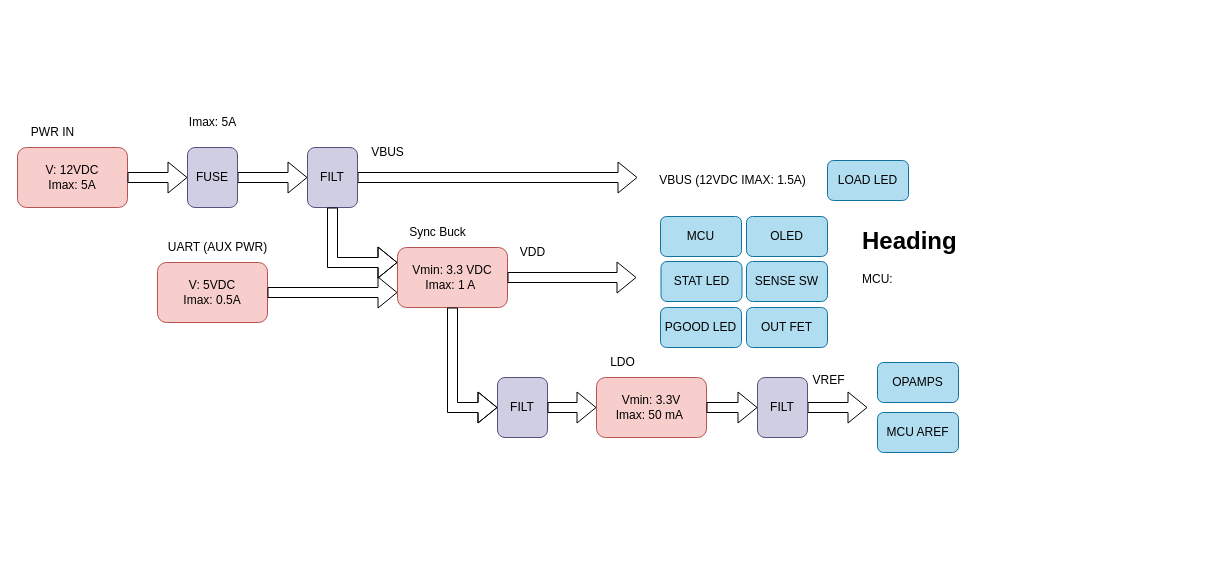
The draw.io diagram docs/ddd/power.drawio in cSDes1gn/ucl, before the edit. Source tidied: cells renumbered, new cells numbered last; positions are measured from the earlier drawing's top-left corner, leaving out a move shared by most shapes. Both pictures are drawn from the tidied source at 100%, with x=0, y=0 at pixel (17, 107).
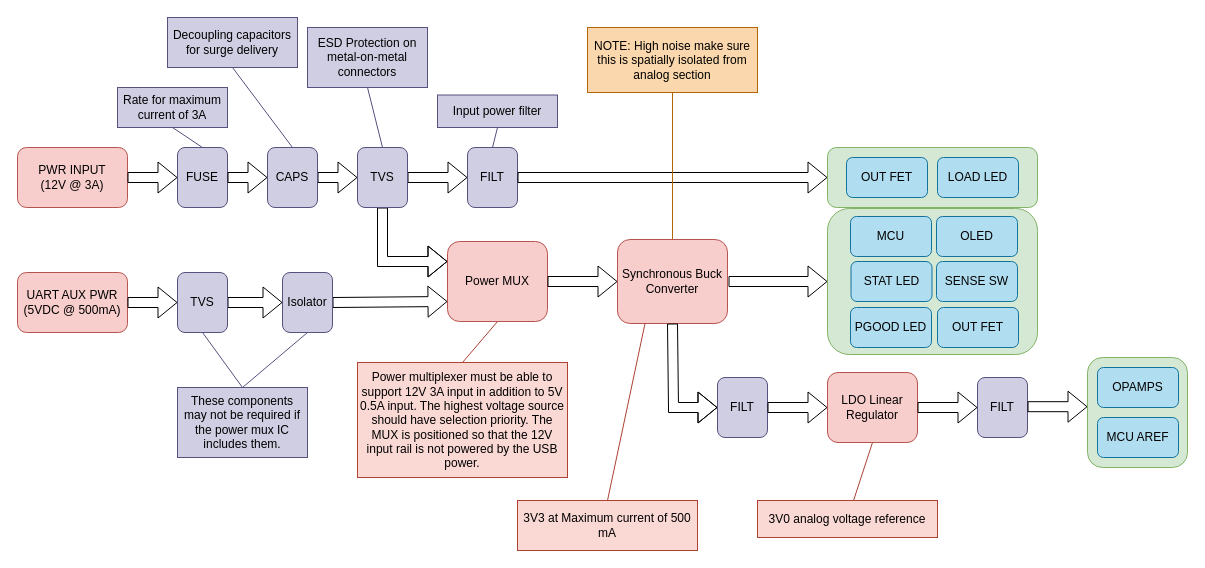
The same diagram, later.

Change to the diagram source:
```diff
@@
+    <mxCell id="39" style="rounded=1;whiteSpace=wrap;html=1;fillColor=#d5e8d4;strokeColor=#82b366;" parent="1" vertex="1">
+      <mxGeometry x="1070" y="250" width="100" height="110" as="geometry" />
+    </mxCell>
+    <mxCell id="40" style="rounded=1;whiteSpace=wrap;html=1;fillColor=#d5e8d4;strokeColor=#82b366;" parent="1" vertex="1">
+      <mxGeometry x="810" y="101" width="210" height="146" as="geometry" />
+    </mxCell>
+    <mxCell id="41" style="rounded=1;whiteSpace=wrap;html=1;fillColor=#d5e8d4;strokeColor=#82b366;" parent="1" vertex="1">
+      <mxGeometry x="810" y="40" width="210" height="60" as="geometry" />
+    </mxCell>
-    <mxCell id="2" value="V: 12VDC&lt;br&gt;Imax: 5A" style="rounded=1;whiteSpace=wrap;html=1;fillColor=#f8cecc;strokeColor=#b85450;" parent="1" vertex="1">
+    <mxCell id="2" value="PWR INPUT&lt;br&gt;(12V @&amp;nbsp;3A)" style="rounded=1;whiteSpace=wrap;html=1;fillColor=#f8cecc;strokeColor=#b85450;" parent="1" vertex="1">
       <mxGeometry y="40" width="110" height="60" as="geometry" />
     </mxCell>
-    <mxCell id="3" value="Vmin: 3.3 VDC&lt;br&gt;Imax: 1 A&amp;nbsp;" style="rounded=1;whiteSpace=wrap;html=1;fillColor=#f8cecc;strokeColor=#b85450;" parent="1" vertex="1">
-      <mxGeometry x="380" y="140" width="110" height="60" as="geometry" />
-    </mxCell>
-    <mxCell id="4" value="Vmin: 3.3V&lt;br&gt;Imax: 50 mA&amp;nbsp;" style="rounded=1;whiteSpace=wrap;html=1;fillColor=#f8cecc;strokeColor=#b85450;" parent="1" vertex="1">
-      <mxGeometry x="579" y="270" width="110" height="60" as="geometry" />
-    </mxCell>
-    <mxCell id="5" style="shape=flexArrow;endArrow=classic;html=1;rounded=0;exitX=1;exitY=0.5;exitDx=0;exitDy=0;" parent="1" edge="1" source="9" target="12">
+    <mxCell id="5" style="shape=flexArrow;endArrow=classic;html=1;rounded=0;exitX=1;exitY=0.5;exitDx=0;exitDy=0;" parent="1" edge="1" source="50" target="12">
       <mxGeometry relative="1" as="geometry" />
     </mxCell>
-    <mxCell id="6" style="shape=flexArrow;endArrow=classic;html=1;rounded=0;exitX=1;exitY=0.5;exitDx=0;exitDy=0;" parent="1" edge="1" source="12">
-      <mxGeometry relative="1" as="geometry">
-        <mxPoint x="620" y="70" as="targetPoint" />
-      </mxGeometry>
-    </mxCell>
-    <mxCell id="7" value="VBUS (12VDC IMAX: 1.5A)" style="text;html=1;align=center;verticalAlign=middle;strokeColor=none;fillColor=none;" parent="1" vertex="1">
-      <mxGeometry x="630" y="58" width="170" height="30" as="geometry" />
-    </mxCell>
-    <mxCell id="8" style="shape=flexArrow;endArrow=classic;html=1;rounded=0;entryX=0;entryY=0.5;entryDx=0;entryDy=0;exitX=1;exitY=0.5;exitDx=0;exitDy=0;" parent="1" edge="1" source="2" target="9">
-      <mxGeometry relative="1" as="geometry" />
+    <mxCell id="8" style="shape=flexArrow;endArrow=classic;html=1;rounded=0;entryX=0;entryY=0.5;entryDx=0;entryDy=0;exitX=1;exitY=0.5;exitDx=0;exitDy=0;" parent="1" edge="1" source="9">
+      <mxGeometry relative="1" as="geometry">
+        <mxPoint x="170" y="70" as="targetPoint" />
+      </mxGeometry>
     </mxCell>
-    <mxCell id="9" value="FUSE" style="rounded=1;whiteSpace=wrap;html=1;fillColor=#d0cee2;strokeColor=#56517e;" parent="1" vertex="1">
-      <mxGeometry x="170" y="40" width="50" height="60" as="geometry" />
-    </mxCell>
-    <mxCell id="10" value="Sync Buck" style="text;html=1;align=center;verticalAlign=middle;strokeColor=none;fillColor=none;" parent="1" vertex="1">
-      <mxGeometry x="380" y="110" width="80" height="30" as="geometry" />
-    </mxCell>
-    <mxCell id="11" value="LDO" style="text;html=1;align=center;verticalAlign=middle;strokeColor=none;fillColor=none;" parent="1" vertex="1">
-      <mxGeometry x="580" y="240" width="50" height="30" as="geometry" />
-    </mxCell>
     <mxCell id="12" value="FILT" style="rounded=1;whiteSpace=wrap;html=1;fillColor=#d0cee2;strokeColor=#56517e;" parent="1" vertex="1">
-      <mxGeometry x="290" y="40" width="50" height="60" as="geometry" />
+      <mxGeometry x="450" y="40" width="50" height="60" as="geometry" />
     </mxCell>
-    <mxCell id="13" style="shape=flexArrow;endArrow=classic;html=1;rounded=0;entryX=0;entryY=0.25;entryDx=0;entryDy=0;exitX=0.5;exitY=1;exitDx=0;exitDy=0;" parent="1" edge="1" source="12" target="3">
+    <mxCell id="13" style="shape=flexArrow;endArrow=classic;html=1;rounded=0;entryX=0;entryY=0.25;entryDx=0;entryDy=0;exitX=0.5;exitY=1;exitDx=0;exitDy=0;" parent="1" edge="1" source="50" target="65">
       <mxGeometry relative="1" as="geometry">
         <Array as="points">
-          <mxPoint x="315" y="155" />
+          <mxPoint x="365" y="154" />
         </Array>
       </mxGeometry>
     </mxCell>
-    <mxCell id="14" value="FILT" style="rounded=1;whiteSpace=wrap;html=1;fillColor=#d0cee2;strokeColor=#56517e;" parent="1" vertex="1">
-      <mxGeometry x="480" y="270" width="50" height="60" as="geometry" />
-    </mxCell>
-    <mxCell id="15" style="shape=flexArrow;endArrow=classic;html=1;rounded=0;exitX=0.5;exitY=1;exitDx=0;exitDy=0;entryX=0;entryY=0.5;entryDx=0;entryDy=0;" parent="1" edge="1" source="3" target="14">
-      <mxGeometry relative="1" as="geometry">
-        <Array as="points">
-          <mxPoint x="435" y="300" />
-        </Array>
-      </mxGeometry>
-    </mxCell>
-    <mxCell id="16" style="shape=flexArrow;endArrow=classic;html=1;rounded=0;entryX=0;entryY=0.5;entryDx=0;entryDy=0;exitX=1;exitY=0.5;exitDx=0;exitDy=0;" parent="1" edge="1" source="14" target="4">
-      <mxGeometry relative="1" as="geometry" />
-    </mxCell>
-    <mxCell id="17" style="shape=flexArrow;endArrow=classic;html=1;rounded=0;exitX=1;exitY=0.5;exitDx=0;exitDy=0;" parent="1" edge="1" source="3">
-      <mxGeometry relative="1" as="geometry">
-        <mxPoint x="619" y="170" as="targetPoint" />
-      </mxGeometry>
-    </mxCell>
-    <mxCell id="18" style="shape=flexArrow;endArrow=classic;html=1;rounded=0;exitX=1;exitY=0.5;exitDx=0;exitDy=0;" parent="1" edge="1" source="22">
-      <mxGeometry relative="1" as="geometry">
-        <mxPoint x="850" y="300" as="targetPoint" />
-      </mxGeometry>
-    </mxCell>
-    <mxCell id="19" value="VDD" style="text;html=1;align=center;verticalAlign=middle;strokeColor=none;fillColor=none;" parent="1" vertex="1">
-      <mxGeometry x="490" y="130" width="50" height="30" as="geometry" />
-    </mxCell>
-    <mxCell id="20" value="Imax: 5A" style="text;html=1;align=center;verticalAlign=middle;strokeColor=none;fillColor=none;" parent="1" vertex="1">
-      <mxGeometry x="160" width="70" height="30" as="geometry" />
-    </mxCell>
-    <mxCell id="21" style="shape=flexArrow;endArrow=classic;html=1;rounded=0;exitX=1;exitY=0.5;exitDx=0;exitDy=0;" parent="1" edge="1" source="4" target="22">
-      <mxGeometry relative="1" as="geometry" />
-    </mxCell>
-    <mxCell id="22" value="FILT" style="rounded=1;whiteSpace=wrap;html=1;fillColor=#d0cee2;strokeColor=#56517e;" parent="1" vertex="1">
-      <mxGeometry x="740" y="270" width="50" height="60" as="geometry" />
-    </mxCell>
-    <mxCell id="23" value="MCU" style="rounded=1;whiteSpace=wrap;html=1;fillColor=#b1ddf0;strokeColor=#10739e;" parent="1" vertex="1">
-      <mxGeometry x="643" y="109" width="81" height="40" as="geometry" />
-    </mxCell>
-    <mxCell id="24" value="STAT LED" style="rounded=1;whiteSpace=wrap;html=1;fillColor=#b1ddf0;strokeColor=#10739e;" parent="1" vertex="1">
-      <mxGeometry x="643.5" y="154" width="81" height="40" as="geometry" />
-    </mxCell>
-    <mxCell id="25" value="V: 5VDC&lt;br&gt;Imax: 0.5A" style="rounded=1;whiteSpace=wrap;html=1;fillColor=#f8cecc;strokeColor=#b85450;" parent="1" vertex="1">
-      <mxGeometry x="140" y="155" width="110" height="60" as="geometry" />
+    <mxCell id="25" value="UART AUX PWR&lt;br&gt;(5VDC @ 500mA)" style="rounded=1;whiteSpace=wrap;html=1;fillColor=#f8cecc;strokeColor=#b85450;" parent="1" vertex="1">
+      <mxGeometry y="165" width="110" height="60" as="geometry" />
     </mxCell>
-    <mxCell id="26" style="shape=flexArrow;endArrow=classic;html=1;rounded=0;entryX=0;entryY=0.75;entryDx=0;entryDy=0;exitX=1;exitY=0.5;exitDx=0;exitDy=0;" parent="1" edge="1" source="25" target="3">
+    <mxCell id="26" style="shape=flexArrow;endArrow=classic;html=1;rounded=0;entryX=0;entryY=0.75;entryDx=0;entryDy=0;exitX=1;exitY=0.5;exitDx=0;exitDy=0;" parent="1" edge="1" source="43" target="65">
       <mxGeometry relative="1" as="geometry" />
     </mxCell>
     <mxCell id="27" value="LOAD LED" style="rounded=1;whiteSpace=wrap;html=1;fillColor=#b1ddf0;strokeColor=#10739e;" parent="1" vertex="1">
-      <mxGeometry x="810" y="53" width="81" height="40" as="geometry" />
+      <mxGeometry x="920" y="50" width="81" height="40" as="geometry" />
     </mxCell>
-    <mxCell id="28" value="UART (AUX PWR)" style="text;html=1;align=center;verticalAlign=middle;strokeColor=none;fillColor=none;" parent="1" vertex="1">
-      <mxGeometry x="140" y="125" width="120" height="30" as="geometry" />
-    </mxCell>
-    <mxCell id="29" value="PWR IN" style="text;html=1;align=center;verticalAlign=middle;strokeColor=none;fillColor=none;" parent="1" vertex="1">
-      <mxGeometry y="10" width="70" height="30" as="geometry" />
-    </mxCell>
+    <mxCell id="42" style="shape=flexArrow;endArrow=classic;html=1;rounded=0;entryX=0;entryY=0.5;entryDx=0;entryDy=0;exitX=1;exitY=0.5;exitDx=0;exitDy=0;" parent="1" edge="1" source="55" target="43">
+      <mxGeometry relative="1" as="geometry" />
+    </mxCell>
+    <mxCell id="43" value="Isolator" style="rounded=1;whiteSpace=wrap;html=1;fillColor=#d0cee2;strokeColor=#56517e;" parent="1" vertex="1">
+      <mxGeometry x="265" y="165" width="50" height="60" as="geometry" />
+    </mxCell>
+    <mxCell id="44" style="shape=flexArrow;endArrow=classic;html=1;rounded=0;exitX=1;exitY=0.5;exitDx=0;exitDy=0;entryX=0;entryY=0.5;entryDx=0;entryDy=0;" parent="1" edge="1" source="12" target="41">
+      <mxGeometry relative="1" as="geometry" />
+    </mxCell>
+    <mxCell id="45" value="NOTE: High noise make sure this is spatially isolated from analog section" style="text;html=1;strokeColor=#b46504;fillColor=#fad7ac;align=center;verticalAlign=middle;whiteSpace=wrap;rounded=0;" parent="1" vertex="1">
+      <mxGeometry x="570" y="-80" width="170" height="65" as="geometry" />
+    </mxCell>
+    <mxCell id="46" style="endArrow=none;html=1;rounded=0;exitX=0.5;exitY=1;exitDx=0;exitDy=0;fillColor=#fad7ac;strokeColor=#b46504;" parent="1" edge="1" source="45" target="59">
+      <mxGeometry relative="1" as="geometry" />
+    </mxCell>
+    <mxCell id="47" value="Rate for maximum current of 3A" style="text;html=1;strokeColor=#56517e;fillColor=#d0cee2;align=center;verticalAlign=middle;whiteSpace=wrap;rounded=0;" parent="1" vertex="1">
+      <mxGeometry x="100" y="-20" width="110" height="40" as="geometry" />
+    </mxCell>
+    <mxCell id="48" style="endArrow=none;html=1;rounded=0;exitX=0.5;exitY=0;exitDx=0;exitDy=0;fillColor=#d0cee2;strokeColor=#56517e;entryX=0.5;entryY=1;entryDx=0;entryDy=0;" parent="1" edge="1" source="9" target="47">
+      <mxGeometry relative="1" as="geometry" />
+    </mxCell>
+    <mxCell id="49" style="shape=flexArrow;endArrow=classic;html=1;rounded=0;exitX=1;exitY=0.5;exitDx=0;exitDy=0;" parent="1" edge="1" source="80" target="50">
+      <mxGeometry relative="1" as="geometry" />
+    </mxCell>
+    <mxCell id="50" value="TVS" style="rounded=1;whiteSpace=wrap;html=1;fillColor=#d0cee2;strokeColor=#56517e;" parent="1" vertex="1">
+      <mxGeometry x="340" y="40" width="50" height="60" as="geometry" />
+    </mxCell>
+    <mxCell id="51" style="shape=flexArrow;endArrow=classic;html=1;rounded=0;entryX=0;entryY=0.5;entryDx=0;entryDy=0;exitX=1;exitY=0.5;exitDx=0;exitDy=0;" parent="1" edge="1" source="2" target="9">
+      <mxGeometry relative="1" as="geometry" />
+    </mxCell>
+    <mxCell id="9" value="FUSE" style="rounded=1;whiteSpace=wrap;html=1;fillColor=#d0cee2;strokeColor=#56517e;" parent="1" vertex="1">
+      <mxGeometry x="160" y="40" width="50" height="60" as="geometry" />
+    </mxCell>
+    <mxCell id="52" value="ESD Protection on metal-on-metal connectors" style="text;html=1;strokeColor=#56517e;fillColor=#d0cee2;align=center;verticalAlign=middle;whiteSpace=wrap;rounded=0;" parent="1" vertex="1">
+      <mxGeometry x="290" y="-80" width="120" height="60" as="geometry" />
+    </mxCell>
+    <mxCell id="53" style="endArrow=none;html=1;rounded=0;exitX=0.5;exitY=0;exitDx=0;exitDy=0;fillColor=#d0cee2;strokeColor=#56517e;entryX=0.5;entryY=1;entryDx=0;entryDy=0;" parent="1" edge="1" source="50" target="52">
+      <mxGeometry relative="1" as="geometry" />
+    </mxCell>
+    <mxCell id="54" style="shape=flexArrow;endArrow=classic;html=1;rounded=0;entryX=0;entryY=0.5;entryDx=0;entryDy=0;exitX=1;exitY=0.5;exitDx=0;exitDy=0;" parent="1" edge="1" source="25" target="55">
+      <mxGeometry relative="1" as="geometry" />
+    </mxCell>
+    <mxCell id="55" value="TVS" style="rounded=1;whiteSpace=wrap;html=1;fillColor=#d0cee2;strokeColor=#56517e;" parent="1" vertex="1">
+      <mxGeometry x="160" y="165" width="50" height="60" as="geometry" />
+    </mxCell>
+    <mxCell id="56" value="These components may not be required if the power mux IC includes them." style="text;html=1;strokeColor=#56517e;fillColor=#d0cee2;align=center;verticalAlign=middle;whiteSpace=wrap;rounded=0;" parent="1" vertex="1">
+      <mxGeometry x="160" y="280" width="130" height="70" as="geometry" />
+    </mxCell>
+    <mxCell id="57" style="endArrow=none;html=1;rounded=0;exitX=0.5;exitY=1;exitDx=0;exitDy=0;fillColor=#d0cee2;strokeColor=#56517e;entryX=0.5;entryY=0;entryDx=0;entryDy=0;" parent="1" edge="1" source="43" target="56">
+      <mxGeometry relative="1" as="geometry" />
+    </mxCell>
+    <mxCell id="58" style="endArrow=none;html=1;rounded=0;exitX=0.5;exitY=1;exitDx=0;exitDy=0;fillColor=#d0cee2;strokeColor=#56517e;entryX=0.5;entryY=0;entryDx=0;entryDy=0;" parent="1" edge="1" source="55" target="56">
+      <mxGeometry relative="1" as="geometry" />
+    </mxCell>
+    <mxCell id="59" value="Synchronous Buck Converter" style="rounded=1;whiteSpace=wrap;html=1;fillColor=#f8cecc;strokeColor=#b85450;" parent="1" vertex="1">
+      <mxGeometry x="600" y="132" width="110" height="84" as="geometry" />
+    </mxCell>
+    <mxCell id="60" value="FILT" style="rounded=1;whiteSpace=wrap;html=1;fillColor=#d0cee2;strokeColor=#56517e;" parent="1" vertex="1">
+      <mxGeometry x="700" y="270" width="50" height="60" as="geometry" />
+    </mxCell>
+    <mxCell id="61" style="shape=flexArrow;endArrow=classic;html=1;rounded=0;exitX=0.5;exitY=1;exitDx=0;exitDy=0;entryX=0;entryY=0.5;entryDx=0;entryDy=0;" parent="1" edge="1" source="59" target="60">
+      <mxGeometry relative="1" as="geometry">
+        <Array as="points">
+          <mxPoint x="656" y="300" />
+        </Array>
+      </mxGeometry>
+    </mxCell>
+    <mxCell id="62" style="shape=flexArrow;endArrow=classic;html=1;rounded=0;exitX=1;exitY=0.5;exitDx=0;exitDy=0;" parent="1" edge="1" source="60" target="69">
+      <mxGeometry relative="1" as="geometry" />
+    </mxCell>
+    <mxCell id="63" style="shape=flexArrow;endArrow=classic;html=1;rounded=0;" parent="1" edge="1" target="40">
+      <mxGeometry relative="1" as="geometry">
+        <mxPoint x="711" y="174" as="sourcePoint" />
+      </mxGeometry>
+    </mxCell>
+    <mxCell id="23" value="MCU" style="rounded=1;whiteSpace=wrap;html=1;fillColor=#b1ddf0;strokeColor=#10739e;" parent="1" vertex="1">
+      <mxGeometry x="833" y="109" width="81" height="40" as="geometry" />
+    </mxCell>
+    <mxCell id="24" value="STAT LED" style="rounded=1;whiteSpace=wrap;html=1;fillColor=#b1ddf0;strokeColor=#10739e;" parent="1" vertex="1">
+      <mxGeometry x="833.5" y="154" width="81" height="40" as="geometry" />
+    </mxCell>
     <mxCell id="30" value="OPAMPS" style="rounded=1;whiteSpace=wrap;html=1;fillColor=#b1ddf0;strokeColor=#10739e;" parent="1" vertex="1">
-      <mxGeometry x="860" y="255" width="81" height="40" as="geometry" />
+      <mxGeometry x="1080" y="260" width="81" height="40" as="geometry" />
     </mxCell>
     <mxCell id="31" value="MCU AREF" style="rounded=1;whiteSpace=wrap;html=1;fillColor=#b1ddf0;strokeColor=#10739e;" parent="1" vertex="1">
-      <mxGeometry x="860" y="305" width="81" height="40" as="geometry" />
+      <mxGeometry x="1080" y="310" width="81" height="40" as="geometry" />
     </mxCell>
     <mxCell id="32" value="PGOOD LED" style="rounded=1;whiteSpace=wrap;html=1;fillColor=#b1ddf0;strokeColor=#10739e;" parent="1" vertex="1">
-      <mxGeometry x="643" y="200" width="81" height="40" as="geometry" />
+      <mxGeometry x="833" y="200" width="81" height="40" as="geometry" />
     </mxCell>
     <mxCell id="33" value="OLED" style="rounded=1;whiteSpace=wrap;html=1;fillColor=#b1ddf0;strokeColor=#10739e;" parent="1" vertex="1">
-      <mxGeometry x="729" y="109" width="81" height="40" as="geometry" />
+      <mxGeometry x="919" y="109" width="81" height="40" as="geometry" />
     </mxCell>
     <mxCell id="34" value="SENSE SW" style="rounded=1;whiteSpace=wrap;html=1;fillColor=#b1ddf0;strokeColor=#10739e;" parent="1" vertex="1">
-      <mxGeometry x="729" y="154" width="81" height="40" as="geometry" />
+      <mxGeometry x="919" y="154" width="81" height="40" as="geometry" />
     </mxCell>
-    <mxCell id="35" value="OUT FET" style="rounded=1;whiteSpace=wrap;html=1;fillColor=#b1ddf0;strokeColor=#10739e;" parent="1" vertex="1">
-      <mxGeometry x="729" y="200" width="81" height="40" as="geometry" />
-    </mxCell>
-    <mxCell id="36" value="VREF" style="text;html=1;align=center;verticalAlign=middle;strokeColor=none;fillColor=none;" parent="1" vertex="1">
-      <mxGeometry x="781" y="258" width="60" height="30" as="geometry" />
-    </mxCell>
-    <mxCell id="37" value="VBUS" style="text;html=1;align=center;verticalAlign=middle;strokeColor=none;fillColor=none;" parent="1" vertex="1">
-      <mxGeometry x="340" y="30" width="60" height="30" as="geometry" />
-    </mxCell>
-    <mxCell id="38" value="&lt;h1&gt;Heading&lt;/h1&gt;&lt;p&gt;MCU:&amp;nbsp;&lt;/p&gt;" style="text;html=1;strokeColor=none;fillColor=none;spacing=5;spacingTop=-20;whiteSpace=wrap;overflow=hidden;rounded=0;" parent="1" vertex="1">
-      <mxGeometry x="840" y="114" width="190" height="120" as="geometry" />
-    </mxCell>
+    <mxCell id="64" value="OUT FET" style="rounded=1;whiteSpace=wrap;html=1;fillColor=#b1ddf0;strokeColor=#10739e;" parent="1" vertex="1">
+      <mxGeometry x="829" y="50" width="81" height="40" as="geometry" />
+    </mxCell>
+    <mxCell id="65" value="Power MUX" style="rounded=1;whiteSpace=wrap;html=1;fillColor=#f8cecc;strokeColor=#b85450;" parent="1" vertex="1">
+      <mxGeometry x="430" y="134" width="100" height="80" as="geometry" />
+    </mxCell>
+    <mxCell id="66" style="shape=flexArrow;endArrow=classic;html=1;rounded=0;entryX=0;entryY=0.5;entryDx=0;entryDy=0;exitX=1;exitY=0.5;exitDx=0;exitDy=0;" parent="1" edge="1" source="65" target="59">
+      <mxGeometry relative="1" as="geometry" />
+    </mxCell>
+    <mxCell id="67" value="Power multiplexer must be able to support 12V 3A input in addition to 5V 0.5A input. The highest voltage source should have selection priority. The MUX is positioned so that the 12V input rail is not powered by the USB power." style="text;html=1;strokeColor=#ae4132;fillColor=#fad9d5;align=center;verticalAlign=middle;whiteSpace=wrap;rounded=0;" parent="1" vertex="1">
+      <mxGeometry x="340" y="255" width="210" height="115" as="geometry" />
+    </mxCell>
+    <mxCell id="68" style="endArrow=none;html=1;rounded=0;exitX=0.5;exitY=1;exitDx=0;exitDy=0;fillColor=#fad9d5;strokeColor=#ae4132;entryX=0.5;entryY=0;entryDx=0;entryDy=0;" parent="1" edge="1" source="65" target="67">
+      <mxGeometry relative="1" as="geometry" />
+    </mxCell>
+    <mxCell id="69" value="LDO Linear Regulator" style="rounded=1;whiteSpace=wrap;html=1;fillColor=#f8cecc;strokeColor=#b85450;" parent="1" vertex="1">
+      <mxGeometry x="810" y="265" width="90" height="70" as="geometry" />
+    </mxCell>
+    <mxCell id="70" value="3V3 at Maximum current of 500 mA" style="text;html=1;strokeColor=#ae4132;fillColor=#fad9d5;align=center;verticalAlign=middle;whiteSpace=wrap;rounded=0;" parent="1" vertex="1">
+      <mxGeometry x="500" y="393" width="180" height="50" as="geometry" />
+    </mxCell>
+    <mxCell id="71" style="endArrow=none;html=1;rounded=0;exitX=0.5;exitY=0;exitDx=0;exitDy=0;fillColor=#fad9d5;strokeColor=#ae4132;entryX=0.25;entryY=1;entryDx=0;entryDy=0;" parent="1" edge="1" source="70" target="59">
+      <mxGeometry relative="1" as="geometry" />
+    </mxCell>
+    <mxCell id="72" value="FILT" style="rounded=1;whiteSpace=wrap;html=1;fillColor=#d0cee2;strokeColor=#56517e;" parent="1" vertex="1">
+      <mxGeometry x="960" y="270" width="50" height="60" as="geometry" />
+    </mxCell>
+    <mxCell id="73" value="3V0 analog voltage reference" style="text;html=1;strokeColor=#ae4132;fillColor=#fad9d5;align=center;verticalAlign=middle;whiteSpace=wrap;rounded=0;" parent="1" vertex="1">
+      <mxGeometry x="740" y="393" width="180" height="37" as="geometry" />
+    </mxCell>
+    <mxCell id="74" style="endArrow=none;html=1;rounded=0;exitX=0.5;exitY=1;exitDx=0;exitDy=0;fillColor=#fad9d5;strokeColor=#ae4132;" parent="1" edge="1" target="73">
+      <mxGeometry relative="1" as="geometry">
+        <mxPoint x="855" y="335" as="sourcePoint" />
+      </mxGeometry>
+    </mxCell>
+    <mxCell id="75" style="shape=flexArrow;endArrow=classic;html=1;rounded=0;exitX=1;exitY=0.5;exitDx=0;exitDy=0;entryX=0;entryY=0.5;entryDx=0;entryDy=0;" parent="1" edge="1" source="69" target="72">
+      <mxGeometry relative="1" as="geometry" />
+    </mxCell>
+    <mxCell id="76" style="shape=flexArrow;endArrow=classic;html=1;rounded=0;exitX=1;exitY=0.5;exitDx=0;exitDy=0;entryX=0;entryY=0.5;entryDx=0;entryDy=0;" parent="1" edge="1">
+      <mxGeometry relative="1" as="geometry">
+        <mxPoint x="1010" y="299.2" as="sourcePoint" />
+        <mxPoint x="1070" y="299.2" as="targetPoint" />
+      </mxGeometry>
+    </mxCell>
+    <mxCell id="77" value="Input power filter" style="text;html=1;strokeColor=#56517e;fillColor=#d0cee2;align=center;verticalAlign=middle;whiteSpace=wrap;rounded=0;" parent="1" vertex="1">
+      <mxGeometry x="420" y="-12.5" width="120" height="32.5" as="geometry" />
+    </mxCell>
+    <mxCell id="78" style="endArrow=none;html=1;rounded=0;exitX=0.5;exitY=0;exitDx=0;exitDy=0;fillColor=#d0cee2;strokeColor=#56517e;entryX=0.5;entryY=1;entryDx=0;entryDy=0;" parent="1" edge="1" source="12" target="77">
+      <mxGeometry relative="1" as="geometry" />
+    </mxCell>
+    <mxCell id="79" style="shape=flexArrow;endArrow=classic;html=1;rounded=0;exitX=1;exitY=0.5;exitDx=0;exitDy=0;" parent="1" edge="1" source="9" target="80">
+      <mxGeometry relative="1" as="geometry" />
+    </mxCell>
+    <mxCell id="80" value="CAPS" style="rounded=1;whiteSpace=wrap;html=1;fillColor=#d0cee2;strokeColor=#56517e;" parent="1" vertex="1">
+      <mxGeometry x="250" y="40" width="50" height="60" as="geometry" />
+    </mxCell>
+    <mxCell id="81" value="Decoupling capacitors for surge delivery" style="text;html=1;strokeColor=#56517e;fillColor=#d0cee2;align=center;verticalAlign=middle;whiteSpace=wrap;rounded=0;" parent="1" vertex="1">
+      <mxGeometry x="150" y="-90" width="130" height="50" as="geometry" />
+    </mxCell>
+    <mxCell id="82" style="endArrow=none;html=1;rounded=0;exitX=0.5;exitY=0;exitDx=0;exitDy=0;fillColor=#d0cee2;strokeColor=#56517e;entryX=0.5;entryY=1;entryDx=0;entryDy=0;" parent="1" edge="1" source="80" target="81">
+      <mxGeometry relative="1" as="geometry" />
+    </mxCell>
+    <mxCell id="83" value="OUT FET" style="rounded=1;whiteSpace=wrap;html=1;fillColor=#b1ddf0;strokeColor=#10739e;" parent="1" vertex="1">
+      <mxGeometry x="920" y="200" width="81" height="40" as="geometry" />
+    </mxCell>
```
